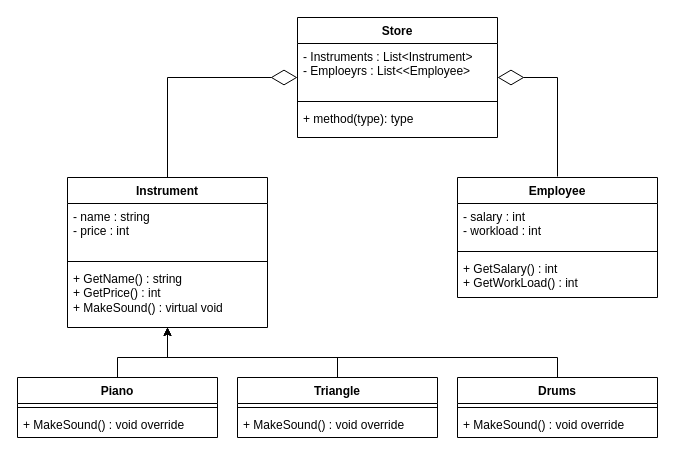
Before: BOOP&PLab1.drawio in ThomasCharester/BOOPaP_Lab1, a draw.io diagram. Source tidied: cells renumbered, new cells numbered last; positions are measured from the earlier drawing's top-left corner, leaving out a move shared by most shapes. Both pictures are drawn from the tidied source at 100%, with x=0, y=0 at pixel (17, 17).
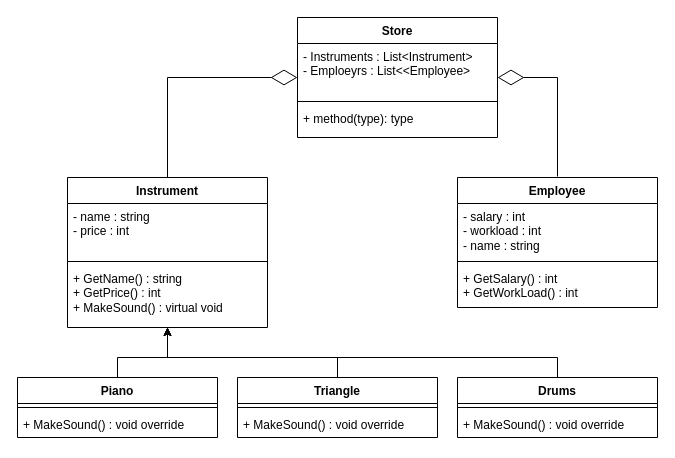
Above is the later version.

Diff of the diagram source:
```diff
@@
     <mxCell id="11" value="Employee" style="swimlane;fontStyle=1;align=center;verticalAlign=top;horizontal=1;startSize=26;whiteSpace=wrap;html=1;" parent="1" vertex="1">
-      <mxGeometry x="440" y="160" width="200" height="120" as="geometry" />
+      <mxGeometry x="440" y="160" width="200" height="130" as="geometry" />
     </mxCell>
-    <mxCell id="12" value="- salary : int&lt;div&gt;- workload : int&lt;/div&gt;" style="text;strokeColor=none;fillColor=none;align=left;verticalAlign=top;spacingLeft=4;spacingRight=4;overflow=hidden;whiteSpace=wrap;html=1;" parent="11" vertex="1">
-      <mxGeometry y="26" width="200" height="44" as="geometry" />
+    <mxCell id="12" value="- salary : int&lt;div&gt;- workload : int&lt;/div&gt;&lt;div&gt;- name : string&lt;/div&gt;" style="text;strokeColor=none;fillColor=none;align=left;verticalAlign=top;spacingLeft=4;spacingRight=4;overflow=hidden;whiteSpace=wrap;html=1;" parent="11" vertex="1">
+      <mxGeometry y="26" width="200" height="54" as="geometry" />
     </mxCell>
     <mxCell id="13" style="line;strokeWidth=1;fillColor=none;align=left;verticalAlign=middle;spacingTop=-1;spacingLeft=3;spacingRight=3;labelPosition=right;strokeColor=inherit;" parent="11" vertex="1">
-      <mxGeometry y="70" width="200" height="8" as="geometry" />
+      <mxGeometry y="80" width="200" height="8" as="geometry" />
     </mxCell>
     <mxCell id="14" value="+ GetSalary() : int&lt;div&gt;+ GetWorkLoad() : int&lt;/div&gt;" style="text;strokeColor=none;fillColor=none;align=left;verticalAlign=top;spacingLeft=4;spacingRight=4;overflow=hidden;whiteSpace=wrap;html=1;" parent="11" vertex="1">
-      <mxGeometry y="78" width="200" height="42" as="geometry" />
+      <mxGeometry y="88" width="200" height="42" as="geometry" />
     </mxCell>
```
